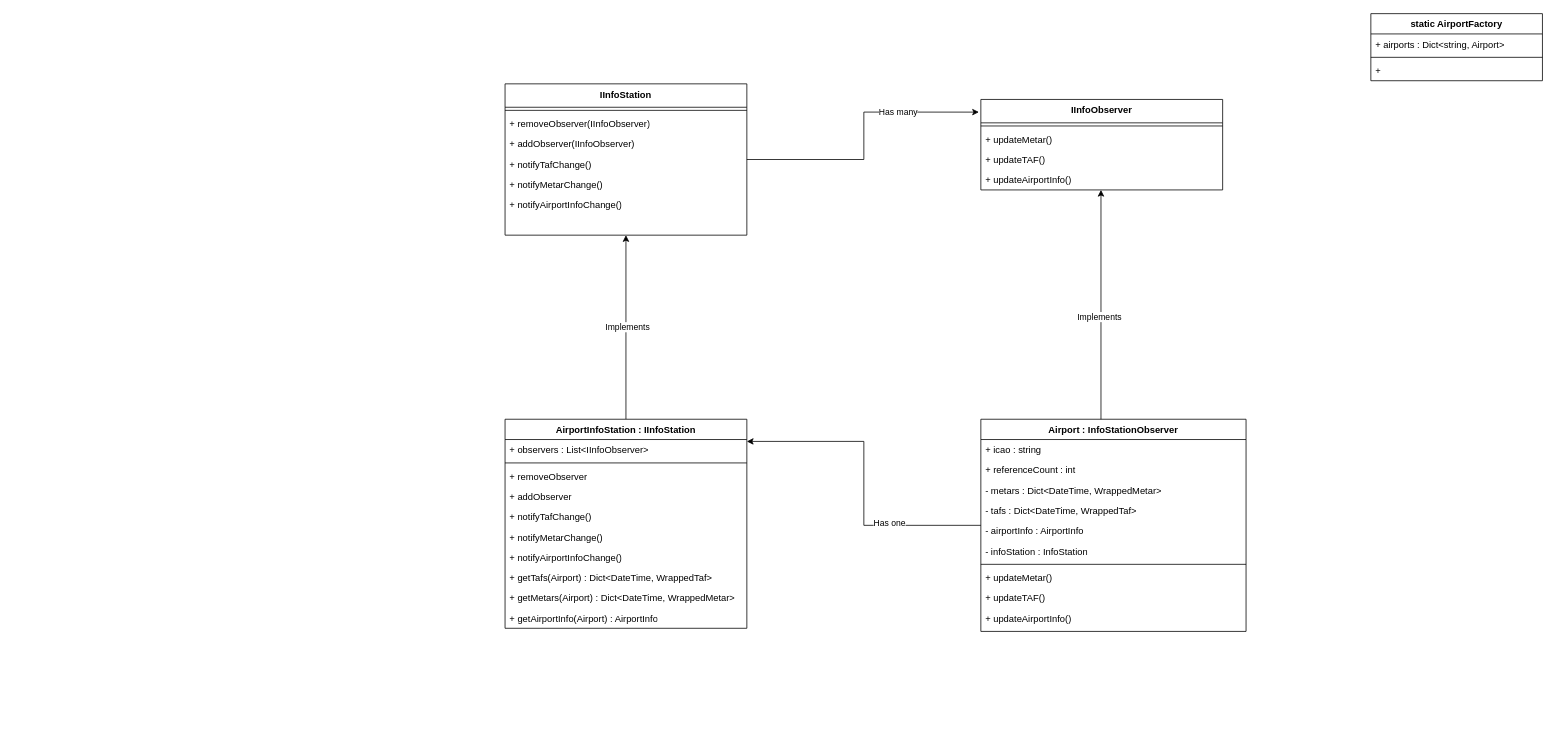
Earlier version of the draw.io diagram Diagrams/KlasseDiagram.drawio (stoffer123/MetarTaf). Source tidied: cells renumbered, new cells numbered last; positions are measured from the earlier drawing's top-left corner, leaving out a move shared by most shapes. Both pictures are drawn from the tidied source at 78%, with x=0, y=0 at pixel (505, 13).
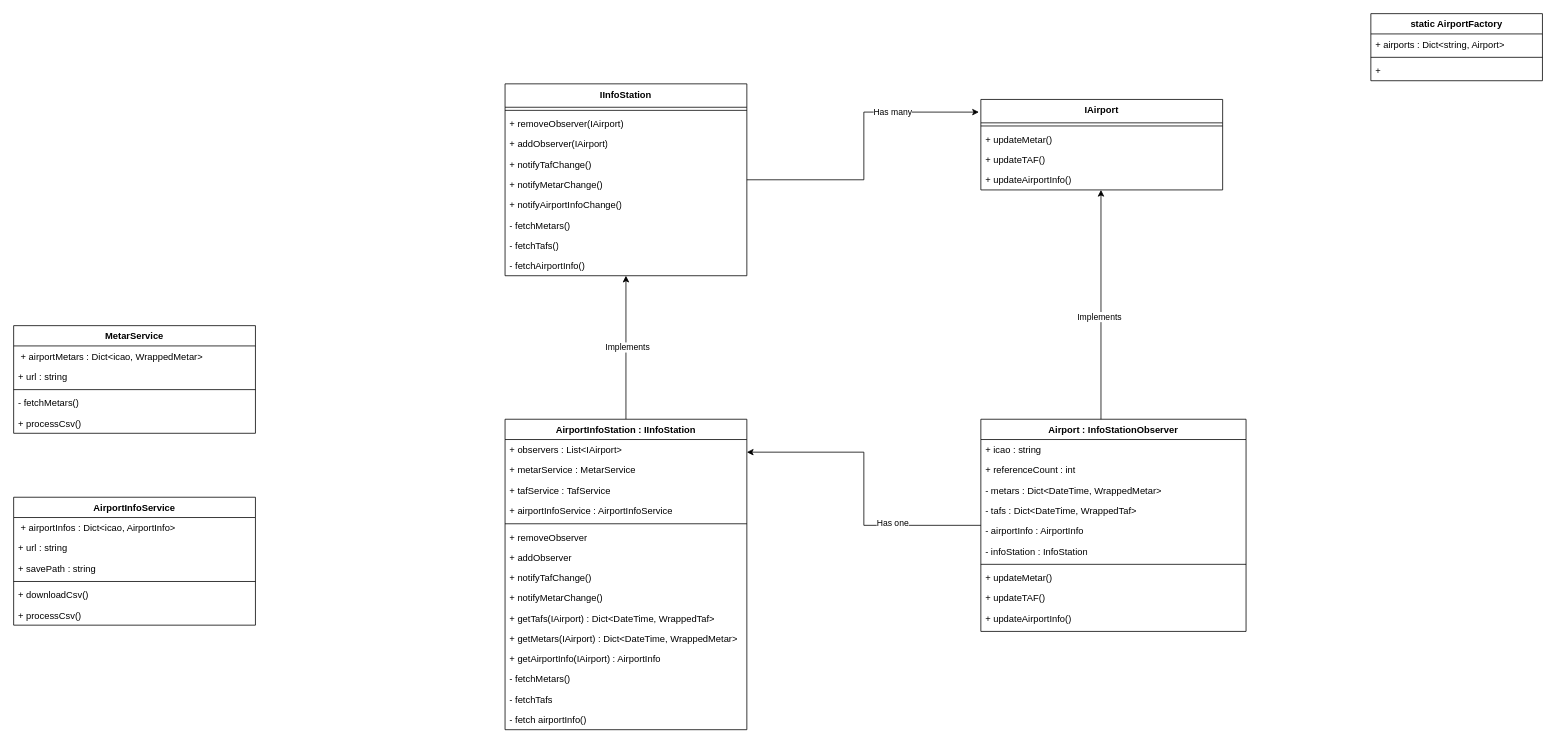
The same page after the edit.

The edit, as a diff of the source:
```diff
@@
     <mxCell id="15" value="IInfoStation" style="swimlane;fontStyle=1;align=center;verticalAlign=top;horizontal=1;startSize=30;whiteSpace=wrap;html=1;" parent="1" vertex="1">
-      <mxGeometry y="90" width="310" height="194" as="geometry" />
+      <mxGeometry y="90" width="310" height="246" as="geometry" />
     </mxCell>
@@
-    <mxCell id="17" value="+ removeObserver(IInfoObserver)" style="text;strokeColor=none;fillColor=none;align=left;verticalAlign=top;spacingLeft=4;spacingRight=4;overflow=hidden;whiteSpace=wrap;html=1;" parent="15" vertex="1">
+    <mxCell id="17" value="+ removeObserver(IAirport)" style="text;strokeColor=none;fillColor=none;align=left;verticalAlign=top;spacingLeft=4;spacingRight=4;overflow=hidden;whiteSpace=wrap;html=1;" parent="15" vertex="1">
       <mxGeometry y="38" width="310" height="26" as="geometry" />
     </mxCell>
-    <mxCell id="18" value="+ addObserver(IInfoObserver)" style="text;strokeColor=none;fillColor=none;align=left;verticalAlign=top;spacingLeft=4;spacingRight=4;overflow=hidden;whiteSpace=wrap;html=1;" parent="15" vertex="1">
+    <mxCell id="18" value="+ addObserver(IAirport)" style="text;strokeColor=none;fillColor=none;align=left;verticalAlign=top;spacingLeft=4;spacingRight=4;overflow=hidden;whiteSpace=wrap;html=1;" parent="15" vertex="1">
       <mxGeometry y="64" width="310" height="26" as="geometry" />
     </mxCell>
@@
-    <mxCell id="22" style="text;strokeColor=none;fillColor=none;align=left;verticalAlign=top;spacingLeft=4;spacingRight=4;overflow=hidden;whiteSpace=wrap;html=1;" parent="15" vertex="1">
+    <mxCell id="22" value="- fetchMetars()" style="text;strokeColor=none;fillColor=none;align=left;verticalAlign=top;spacingLeft=4;spacingRight=4;overflow=hidden;whiteSpace=wrap;html=1;" parent="15" vertex="1">
       <mxGeometry y="168" width="310" height="26" as="geometry" />
     </mxCell>
+    <mxCell id="49" value="- fetchTafs()" style="text;strokeColor=none;fillColor=none;align=left;verticalAlign=top;spacingLeft=4;spacingRight=4;overflow=hidden;whiteSpace=wrap;html=1;" parent="15" vertex="1">
+      <mxGeometry y="194" width="310" height="26" as="geometry" />
+    </mxCell>
+    <mxCell id="50" value="- fetchAirportInfo()" style="text;strokeColor=none;fillColor=none;align=left;verticalAlign=top;spacingLeft=4;spacingRight=4;overflow=hidden;whiteSpace=wrap;html=1;" parent="15" vertex="1">
+      <mxGeometry y="220" width="310" height="26" as="geometry" />
+    </mxCell>
-    <mxCell id="23" value="IInfoObserver" style="swimlane;fontStyle=1;align=center;verticalAlign=top;horizontal=1;startSize=30;whiteSpace=wrap;html=1;" parent="1" vertex="1">
+    <mxCell id="23" value="IAirport" style="swimlane;fontStyle=1;align=center;verticalAlign=top;horizontal=1;startSize=30;whiteSpace=wrap;html=1;" parent="1" vertex="1">
       <mxGeometry x="610" y="110" width="310" height="116" as="geometry" />
     </mxCell>
@@
     <mxCell id="32" value="AirportInfoStation : IInfoStation" style="swimlane;fontStyle=1;align=center;verticalAlign=top;horizontal=1;startSize=26;whiteSpace=wrap;html=1;" parent="1" vertex="1">
-      <mxGeometry y="520" width="310" height="268" as="geometry" />
+      <mxGeometry y="520" width="310" height="398" as="geometry" />
     </mxCell>
-    <mxCell id="33" value="+ observers : List&amp;lt;IInfoObserver&amp;gt;" style="text;strokeColor=none;fillColor=none;align=left;verticalAlign=top;spacingLeft=4;spacingRight=4;overflow=hidden;whiteSpace=wrap;html=1;" parent="32" vertex="1">
+    <mxCell id="33" value="+ observers : List&amp;lt;IAirport&amp;gt;" style="text;strokeColor=none;fillColor=none;align=left;verticalAlign=top;spacingLeft=4;spacingRight=4;overflow=hidden;whiteSpace=wrap;html=1;" parent="32" vertex="1">
       <mxGeometry y="26" width="310" height="26" as="geometry" />
     </mxCell>
+    <mxCell id="51" value="+ metarService : MetarService" style="text;strokeColor=none;fillColor=none;align=left;verticalAlign=top;spacingLeft=4;spacingRight=4;overflow=hidden;whiteSpace=wrap;html=1;" parent="32" vertex="1">
+      <mxGeometry y="52" width="310" height="26" as="geometry" />
+    </mxCell>
+    <mxCell id="52" value="+ tafService : TafService" style="text;strokeColor=none;fillColor=none;align=left;verticalAlign=top;spacingLeft=4;spacingRight=4;overflow=hidden;whiteSpace=wrap;html=1;" parent="32" vertex="1">
+      <mxGeometry y="78" width="310" height="26" as="geometry" />
+    </mxCell>
+    <mxCell id="53" value="+ airportInfoService : AirportInfoService" style="text;strokeColor=none;fillColor=none;align=left;verticalAlign=top;spacingLeft=4;spacingRight=4;overflow=hidden;whiteSpace=wrap;html=1;" parent="32" vertex="1">
+      <mxGeometry y="104" width="310" height="26" as="geometry" />
+    </mxCell>
     <mxCell id="34" style="line;strokeWidth=1;fillColor=none;align=left;verticalAlign=middle;spacingTop=-1;spacingLeft=3;spacingRight=3;labelPosition=right;strokeColor=inherit;" parent="32" vertex="1">
-      <mxGeometry y="52" width="310" height="8" as="geometry" />
+      <mxGeometry y="130" width="310" height="8" as="geometry" />
     </mxCell>
     <mxCell id="35" value="+ removeObserver" style="text;strokeColor=none;fillColor=none;align=left;verticalAlign=top;spacingLeft=4;spacingRight=4;overflow=hidden;whiteSpace=wrap;html=1;" parent="32" vertex="1">
-      <mxGeometry y="60" width="310" height="26" as="geometry" />
+      <mxGeometry y="138" width="310" height="26" as="geometry" />
     </mxCell>
     <mxCell id="36" value="+ addObserver" style="text;strokeColor=none;fillColor=none;align=left;verticalAlign=top;spacingLeft=4;spacingRight=4;overflow=hidden;whiteSpace=wrap;html=1;" parent="32" vertex="1">
-      <mxGeometry y="86" width="310" height="26" as="geometry" />
+      <mxGeometry y="164" width="310" height="26" as="geometry" />
     </mxCell>
     <mxCell id="37" value="+ notifyTafChange()" style="text;strokeColor=none;fillColor=none;align=left;verticalAlign=top;spacingLeft=4;spacingRight=4;overflow=hidden;whiteSpace=wrap;html=1;" parent="32" vertex="1">
-      <mxGeometry y="112" width="310" height="26" as="geometry" />
+      <mxGeometry y="190" width="310" height="26" as="geometry" />
     </mxCell>
     <mxCell id="38" value="+ notifyMetarChange()" style="text;strokeColor=none;fillColor=none;align=left;verticalAlign=top;spacingLeft=4;spacingRight=4;overflow=hidden;whiteSpace=wrap;html=1;" parent="32" vertex="1">
-      <mxGeometry y="138" width="310" height="26" as="geometry" />
+      <mxGeometry y="216" width="310" height="26" as="geometry" />
     </mxCell>
-    <mxCell id="39" value="+ notifyAirportInfoChange()" style="text;strokeColor=none;fillColor=none;align=left;verticalAlign=top;spacingLeft=4;spacingRight=4;overflow=hidden;whiteSpace=wrap;html=1;" parent="32" vertex="1">
-      <mxGeometry y="164" width="310" height="26" as="geometry" />
-    </mxCell>
-    <mxCell id="40" value="+ getTafs(Airport) : Dict&amp;lt;DateTime, WrappedTaf&amp;gt;" style="text;strokeColor=none;fillColor=none;align=left;verticalAlign=top;spacingLeft=4;spacingRight=4;overflow=hidden;whiteSpace=wrap;html=1;" parent="32" vertex="1">
-      <mxGeometry y="190" width="310" height="26" as="geometry" />
+    <mxCell id="40" value="+ getTafs(IAirport) : Dict&amp;lt;DateTime, WrappedTaf&amp;gt;" style="text;strokeColor=none;fillColor=none;align=left;verticalAlign=top;spacingLeft=4;spacingRight=4;overflow=hidden;whiteSpace=wrap;html=1;" parent="32" vertex="1">
+      <mxGeometry y="242" width="310" height="26" as="geometry" />
     </mxCell>
-    <mxCell id="41" value="+ getMetars(Airport) : Dict&amp;lt;DateTime, WrappedMetar&amp;gt;" style="text;strokeColor=none;fillColor=none;align=left;verticalAlign=top;spacingLeft=4;spacingRight=4;overflow=hidden;whiteSpace=wrap;html=1;" parent="32" vertex="1">
-      <mxGeometry y="216" width="310" height="26" as="geometry" />
+    <mxCell id="41" value="+ getMetars(IAirport) : Dict&amp;lt;DateTime, WrappedMetar&amp;gt;" style="text;strokeColor=none;fillColor=none;align=left;verticalAlign=top;spacingLeft=4;spacingRight=4;overflow=hidden;whiteSpace=wrap;html=1;" parent="32" vertex="1">
+      <mxGeometry y="268" width="310" height="26" as="geometry" />
     </mxCell>
-    <mxCell id="42" value="+ getAirportInfo(Airport) : AirportInfo" style="text;strokeColor=none;fillColor=none;align=left;verticalAlign=top;spacingLeft=4;spacingRight=4;overflow=hidden;whiteSpace=wrap;html=1;" parent="32" vertex="1">
-      <mxGeometry y="242" width="310" height="26" as="geometry" />
+    <mxCell id="42" value="+ getAirportInfo(IAirport) : AirportInfo" style="text;strokeColor=none;fillColor=none;align=left;verticalAlign=top;spacingLeft=4;spacingRight=4;overflow=hidden;whiteSpace=wrap;html=1;" parent="32" vertex="1">
+      <mxGeometry y="294" width="310" height="26" as="geometry" />
     </mxCell>
+    <mxCell id="54" value="- fetchMetars()" style="text;strokeColor=none;fillColor=none;align=left;verticalAlign=top;spacingLeft=4;spacingRight=4;overflow=hidden;whiteSpace=wrap;html=1;" parent="32" vertex="1">
+      <mxGeometry y="320" width="310" height="26" as="geometry" />
+    </mxCell>
+    <mxCell id="55" value="- fetchTafs" style="text;strokeColor=none;fillColor=none;align=left;verticalAlign=top;spacingLeft=4;spacingRight=4;overflow=hidden;whiteSpace=wrap;html=1;" parent="32" vertex="1">
+      <mxGeometry y="346" width="310" height="26" as="geometry" />
+    </mxCell>
+    <mxCell id="56" value="- fetch airportInfo()" style="text;strokeColor=none;fillColor=none;align=left;verticalAlign=top;spacingLeft=4;spacingRight=4;overflow=hidden;whiteSpace=wrap;html=1;" parent="32" vertex="1">
+      <mxGeometry y="372" width="310" height="26" as="geometry" />
+    </mxCell>
@@
+    <mxCell id="57" value="AirportInfoService" style="swimlane;fontStyle=1;align=center;verticalAlign=top;horizontal=1;startSize=26;whiteSpace=wrap;html=1;" parent="1" vertex="1">
+      <mxGeometry x="-630" y="620" width="310" height="164" as="geometry" />
+    </mxCell>
+    <mxCell id="58" value="&amp;nbsp;+ airportInfos : Dict&amp;lt;icao, AirportInfo&amp;gt;" style="text;strokeColor=none;fillColor=none;align=left;verticalAlign=top;spacingLeft=4;spacingRight=4;overflow=hidden;whiteSpace=wrap;html=1;" parent="57" vertex="1">
+      <mxGeometry y="26" width="310" height="26" as="geometry" />
+    </mxCell>
+    <mxCell id="59" value="+ url : string" style="text;strokeColor=none;fillColor=none;align=left;verticalAlign=top;spacingLeft=4;spacingRight=4;overflow=hidden;whiteSpace=wrap;html=1;" parent="57" vertex="1">
+      <mxGeometry y="52" width="310" height="26" as="geometry" />
+    </mxCell>
+    <mxCell id="60" value="+ savePath : string" style="text;strokeColor=none;fillColor=none;align=left;verticalAlign=top;spacingLeft=4;spacingRight=4;overflow=hidden;whiteSpace=wrap;html=1;" parent="57" vertex="1">
+      <mxGeometry y="78" width="310" height="26" as="geometry" />
+    </mxCell>
+    <mxCell id="61" style="line;strokeWidth=1;fillColor=none;align=left;verticalAlign=middle;spacingTop=-1;spacingLeft=3;spacingRight=3;labelPosition=right;strokeColor=inherit;" parent="57" vertex="1">
+      <mxGeometry y="104" width="310" height="8" as="geometry" />
+    </mxCell>
+    <mxCell id="62" value="+ downloadCsv()" style="text;strokeColor=none;fillColor=none;align=left;verticalAlign=top;spacingLeft=4;spacingRight=4;overflow=hidden;whiteSpace=wrap;html=1;" parent="57" vertex="1">
+      <mxGeometry y="112" width="310" height="26" as="geometry" />
+    </mxCell>
+    <mxCell id="63" value="+ processCsv()" style="text;strokeColor=none;fillColor=none;align=left;verticalAlign=top;spacingLeft=4;spacingRight=4;overflow=hidden;whiteSpace=wrap;html=1;" parent="57" vertex="1">
+      <mxGeometry y="138" width="310" height="26" as="geometry" />
+    </mxCell>
+    <mxCell id="64" value="MetarService" style="swimlane;fontStyle=1;align=center;verticalAlign=top;horizontal=1;startSize=26;whiteSpace=wrap;html=1;" parent="1" vertex="1">
+      <mxGeometry x="-630" y="400" width="310" height="138" as="geometry" />
+    </mxCell>
+    <mxCell id="65" value="&amp;nbsp;+ airportMetars : Dict&amp;lt;icao, WrappedMetar&amp;gt;" style="text;strokeColor=none;fillColor=none;align=left;verticalAlign=top;spacingLeft=4;spacingRight=4;overflow=hidden;whiteSpace=wrap;html=1;" parent="64" vertex="1">
+      <mxGeometry y="26" width="310" height="26" as="geometry" />
+    </mxCell>
+    <mxCell id="66" value="+ url : string" style="text;strokeColor=none;fillColor=none;align=left;verticalAlign=top;spacingLeft=4;spacingRight=4;overflow=hidden;whiteSpace=wrap;html=1;" parent="64" vertex="1">
+      <mxGeometry y="52" width="310" height="26" as="geometry" />
+    </mxCell>
+    <mxCell id="67" style="line;strokeWidth=1;fillColor=none;align=left;verticalAlign=middle;spacingTop=-1;spacingLeft=3;spacingRight=3;labelPosition=right;strokeColor=inherit;" parent="64" vertex="1">
+      <mxGeometry y="78" width="310" height="8" as="geometry" />
+    </mxCell>
+    <mxCell id="68" value="- fetchMetars()" style="text;strokeColor=none;fillColor=none;align=left;verticalAlign=top;spacingLeft=4;spacingRight=4;overflow=hidden;whiteSpace=wrap;html=1;" parent="64" vertex="1">
+      <mxGeometry y="86" width="310" height="26" as="geometry" />
+    </mxCell>
+    <mxCell id="69" value="+ processCsv()" style="text;strokeColor=none;fillColor=none;align=left;verticalAlign=top;spacingLeft=4;spacingRight=4;overflow=hidden;whiteSpace=wrap;html=1;" parent="64" vertex="1">
+      <mxGeometry y="112" width="310" height="26" as="geometry" />
+    </mxCell>
```
